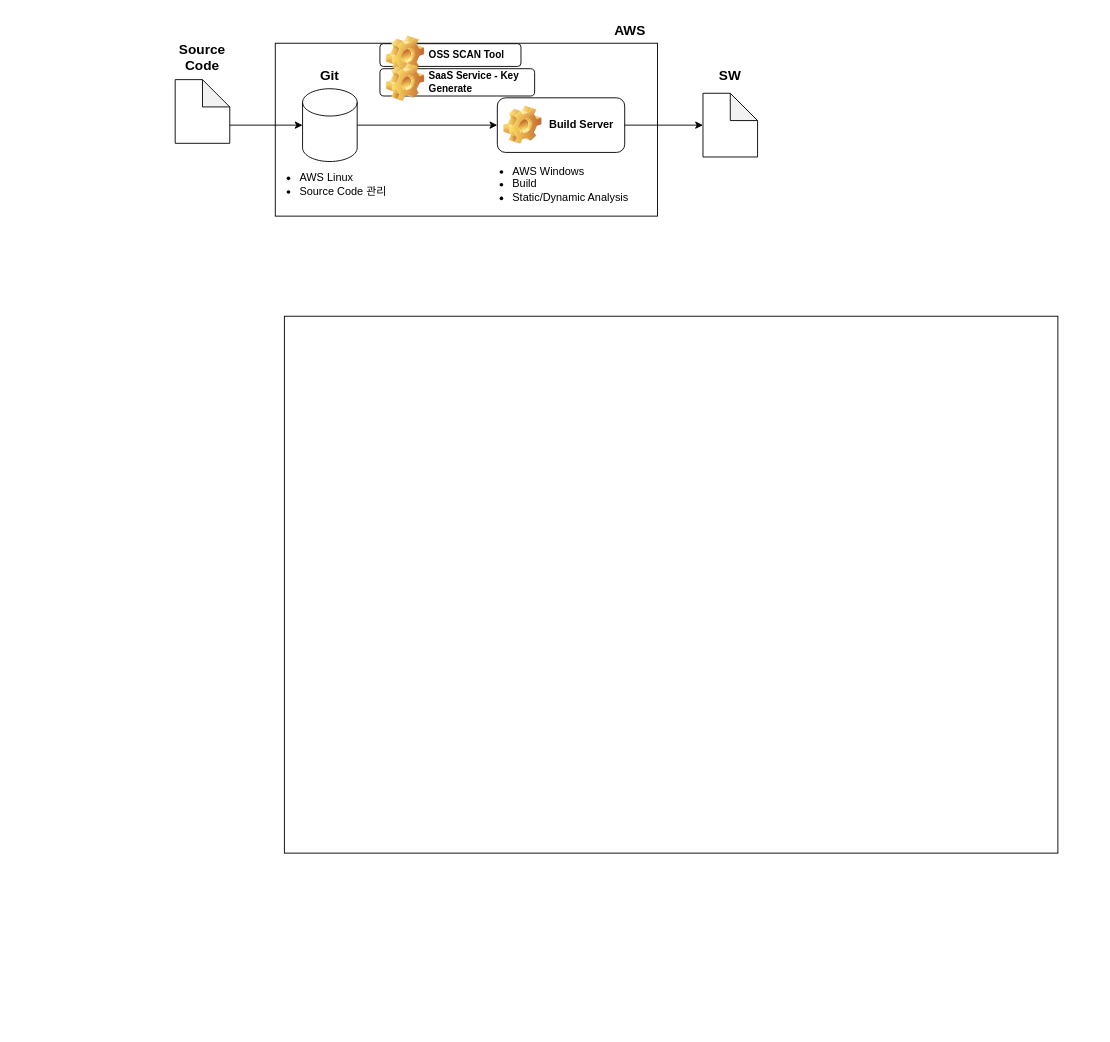
Before: AWS-Infra-Architecture.drawio in Jiwon-lee-me/cicd-web-project, a draw.io diagram. Source tidied: cells renumbered, new cells numbered last; positions are measured from the earlier drawing's top-left corner, leaving out a move shared by most shapes. Both pictures are drawn from the tidied source at 91%, with x=0, y=0 at pixel (175, 15). Pictures stored in the file or linked from it are replaced by grey dashed boxes.
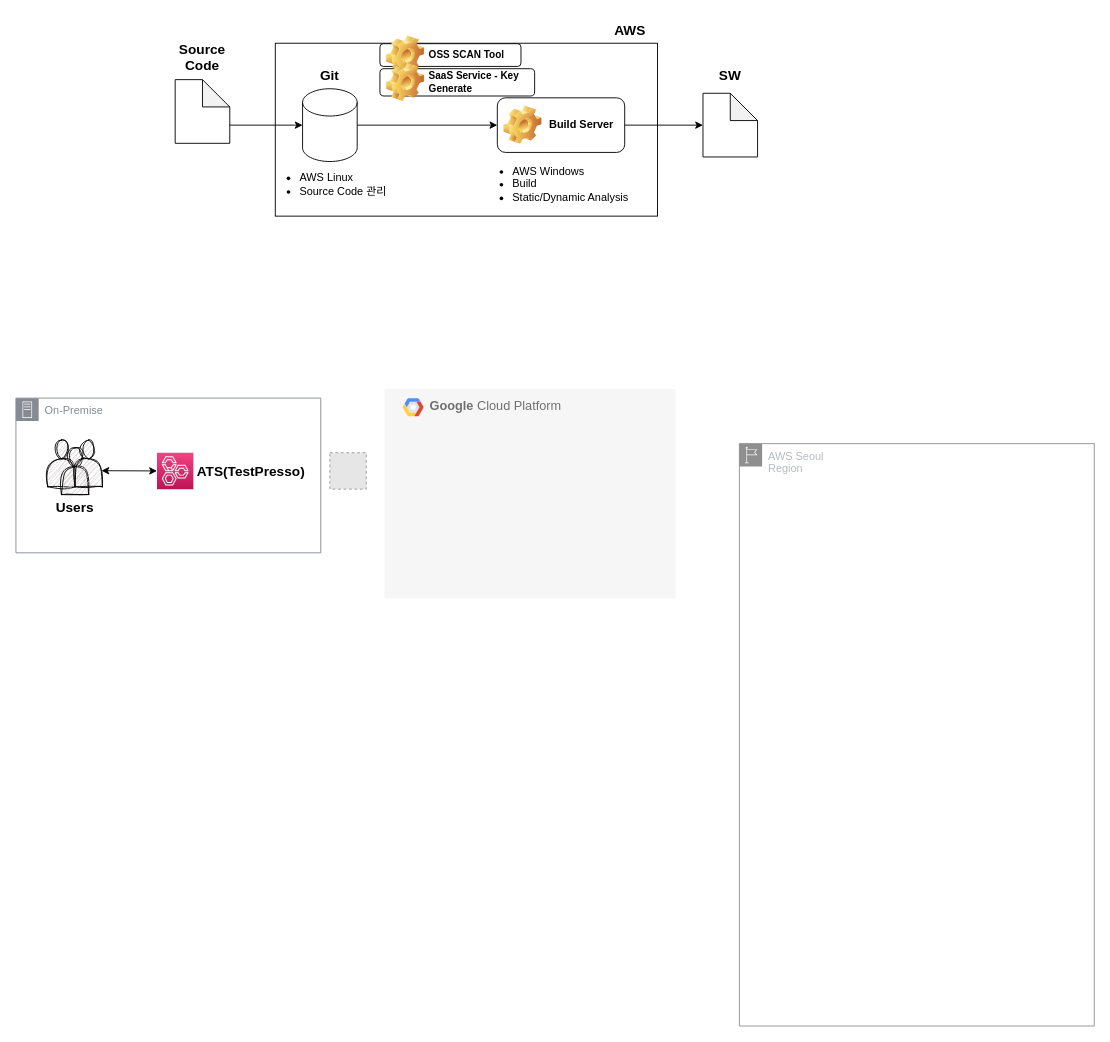
The same page after the edit.

What changed in the source:
```diff
@@
+    <mxCell id="19" value="&lt;b&gt;Google &lt;/b&gt;Cloud Platform" style="fillColor=#F6F6F6;strokeColor=none;shadow=0;gradientColor=none;fontSize=14;align=left;spacing=10;fontColor=#717171;9E9E9E;verticalAlign=top;spacingTop=-4;fontStyle=0;spacingLeft=40;html=1;whiteSpace=wrap;" parent="1" vertex="1">
+      <mxGeometry x="230" y="410" width="320" height="230" as="geometry" />
+    </mxCell>
+    <mxCell id="20" style="shape=mxgraph.gcp2.google_cloud_platform;fillColor=#F6F6F6;strokeColor=none;shadow=0;gradientColor=none;" parent="19" vertex="1">
+      <mxGeometry width="23" height="20" relative="1" as="geometry">
+        <mxPoint x="20" y="10" as="offset" />
+      </mxGeometry>
+    </mxCell>
+    <mxCell id="21" value="AWS Seoul &lt;br&gt;Region" style="sketch=0;gradientColor=none;html=1;whiteSpace=wrap;fontSize=12;fontStyle=0;shape=mxgraph.aws4.group;grIcon=mxgraph.aws4.group_region;strokeColor=#8f8f8f;fillColor=none;verticalAlign=top;align=left;spacingLeft=30;fontColor=#B6BABF;" parent="1" vertex="1">
+      <mxGeometry x="620" y="470" width="390" height="640" as="geometry" />
+    </mxCell>
@@
-    <mxCell id="18" style="rounded=0;whiteSpace=wrap;html=1;" parent="1" vertex="1">
-      <mxGeometry x="120" y="330" width="850" height="590" as="geometry" />
-    </mxCell>
+    <mxCell id="22" value="On-Premise" style="sketch=0;gradientColor=none;html=1;whiteSpace=wrap;fontSize=12;fontStyle=0;shape=mxgraph.aws4.group;grIcon=mxgraph.aws4.group_on_premise;strokeColor=#858B94;fillColor=none;verticalAlign=top;align=left;spacingLeft=30;fontColor=#858B94;dashed=0;" parent="1" vertex="1">
+      <mxGeometry x="-175" y="420" width="335" height="170" as="geometry" />
+    </mxCell>
+    <mxCell id="23" style="group;" parent="1" vertex="1">
+      <mxGeometry x="-140" y="466" width="60" height="60" as="geometry" />
+    </mxCell>
+    <mxCell id="24" style="shape=actor;whiteSpace=wrap;html=1;sketch=1;curveFitting=1;jiggle=2;fillColor=#c7c2c2;" parent="23" vertex="1">
+      <mxGeometry width="30" height="51.4" as="geometry" />
+    </mxCell>
+    <mxCell id="25" style="shape=actor;whiteSpace=wrap;html=1;sketch=1;curveFitting=1;jiggle=2;fillColor=#c7c2c2;" parent="23" vertex="1">
+      <mxGeometry x="15" y="8.6" width="30" height="51.4" as="geometry" />
+    </mxCell>
+    <mxCell id="26" style="shape=actor;whiteSpace=wrap;html=1;sketch=1;curveFitting=1;jiggle=2;fillColor=#c7c2c2;" parent="23" vertex="1">
+      <mxGeometry x="30" width="30" height="51.4" as="geometry" />
+    </mxCell>
+    <mxCell id="27" value="&lt;b&gt;&lt;font style=&quot;font-size: 15px;&quot;&gt;Users&lt;/font&gt;&lt;/b&gt;" style="text;html=1;strokeColor=none;fillColor=none;align=center;verticalAlign=middle;whiteSpace=wrap;rounded=0;sketch=1;curveFitting=1;jiggle=2;" parent="1" vertex="1">
+      <mxGeometry x="-140" y="525" width="60" height="30" as="geometry" />
+    </mxCell>
+    <mxCell id="28" value="&lt;font style=&quot;font-size: 15px;&quot;&gt;ATS(TestPresso)&lt;/font&gt;" style="text;strokeColor=none;fillColor=none;html=1;fontSize=15;fontStyle=1;verticalAlign=middle;align=center;fontColor=#000000;" parent="1" vertex="1">
+      <mxGeometry x="10" y="480" width="145.9" height="40" as="geometry" />
+    </mxCell>
+    <mxCell id="29" style="sketch=0;points=[[0,0,0],[0.25,0,0],[0.5,0,0],[0.75,0,0],[1,0,0],[0,1,0],[0.25,1,0],[0.5,1,0],[0.75,1,0],[1,1,0],[0,0.25,0],[0,0.5,0],[0,0.75,0],[1,0.25,0],[1,0.5,0],[1,0.75,0]];points=[[0,0,0],[0.25,0,0],[0.5,0,0],[0.75,0,0],[1,0,0],[0,1,0],[0.25,1,0],[0.5,1,0],[0.75,1,0],[1,1,0],[0,0.25,0],[0,0.5,0],[0,0.75,0],[1,0.25,0],[1,0.5,0],[1,0.75,0]];outlineConnect=0;fontColor=#232F3E;gradientColor=#F34482;gradientDirection=north;fillColor=#BC1356;strokeColor=#ffffff;dashed=0;verticalLabelPosition=bottom;verticalAlign=top;align=center;html=1;fontSize=12;fontStyle=0;shape=mxgraph.aws4.resourceIcon;resIcon=mxgraph.aws4.well_architect_tool;" parent="1" vertex="1">
+      <mxGeometry x="-20" y="480" width="40" height="40" as="geometry" />
+    </mxCell>
+    <mxCell id="30" style="endArrow=classic;startArrow=classic;html=1;rounded=0;entryX=0;entryY=0.5;entryDx=0;entryDy=0;entryPerimeter=0;exitX=0.967;exitY=0.657;exitDx=0;exitDy=0;exitPerimeter=0;" parent="1" edge="1" source="26" target="29">
+      <mxGeometry relative="1" as="geometry" />
+    </mxCell>
+    <mxCell id="31" style="fillColor=#E6E6E6;strokeColor=#999999;dashed=1;verticalLabelPosition=bottom;labelBackgroundColor=default;verticalAlign=top;" parent="1" vertex="1">
+      <mxGeometry x="170" y="480" width="40" height="40" as="geometry" />
+    </mxCell>
```
